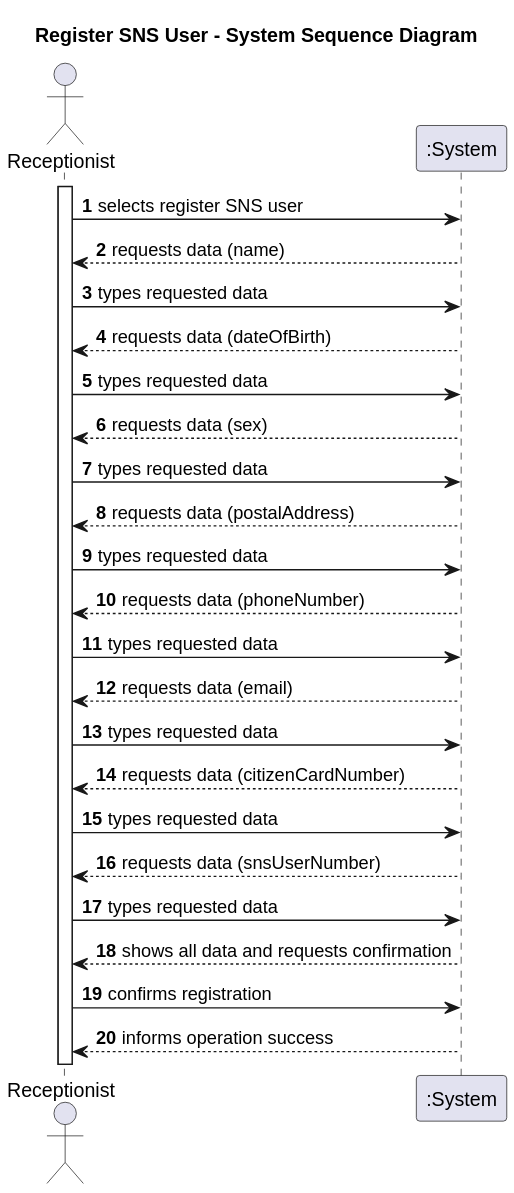
This is docs/system-documentation/US20/svg/US20-SSD.svg from Parafita123/leti-esoft-25-26-B1, a PlantUML export, as it was before one commit.
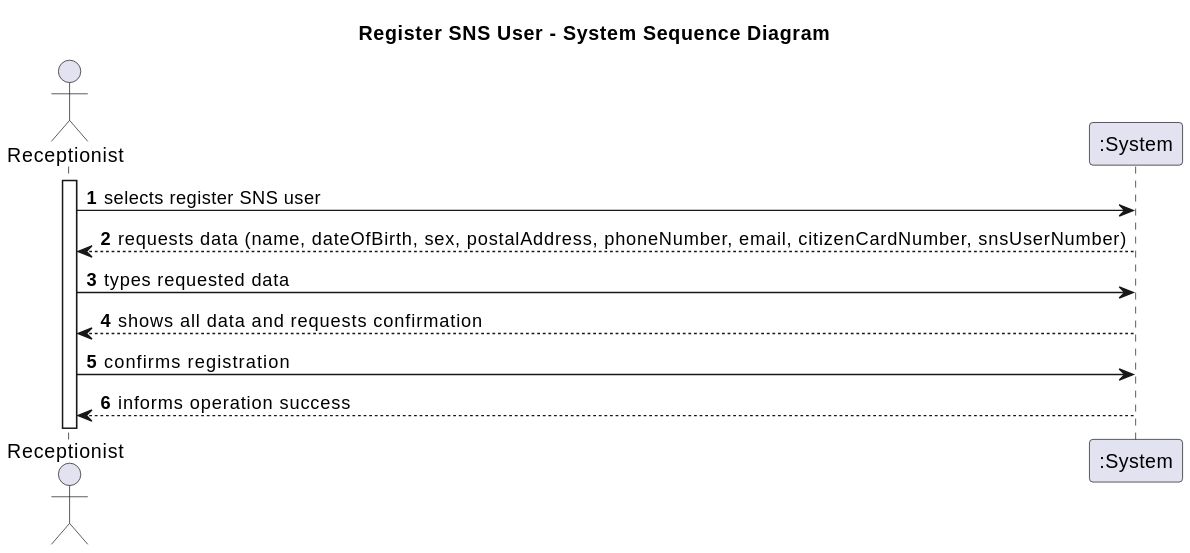
The same file after the commit.

What changed in the source:
```diff
@@ -10,21 +10,7 @@
 activate Receptionist
 
 Receptionist -> System: selects register SNS user
-System --> Receptionist: requests data (name)
-Receptionist -> System: types requested data
-System --> Receptionist: requests data (dateOfBirth)
-Receptionist -> System: types requested data
-System --> Receptionist: requests data (sex)
-Receptionist -> System: types requested data
-System --> Receptionist: requests data (postalAddress)
-Receptionist -> System: types requested data
-System --> Receptionist: requests data (phoneNumber)
-Receptionist -> System: types requested data
-System --> Receptionist: requests data (email)
-Receptionist -> System: types requested data
-System --> Receptionist: requests data (citizenCardNumber)
-Receptionist -> System: types requested data
-System --> Receptionist: requests data (snsUserNumber)
+System --> Receptionist: requests data (name, dateOfBirth, sex, postalAddress, phoneNumber, email, citizenCardNumber, snsUserNumber)
 Receptionist -> System: types requested data
 System --> Receptionist: shows all data and requests confirmation
 Receptionist -> System: confirms registration
```
